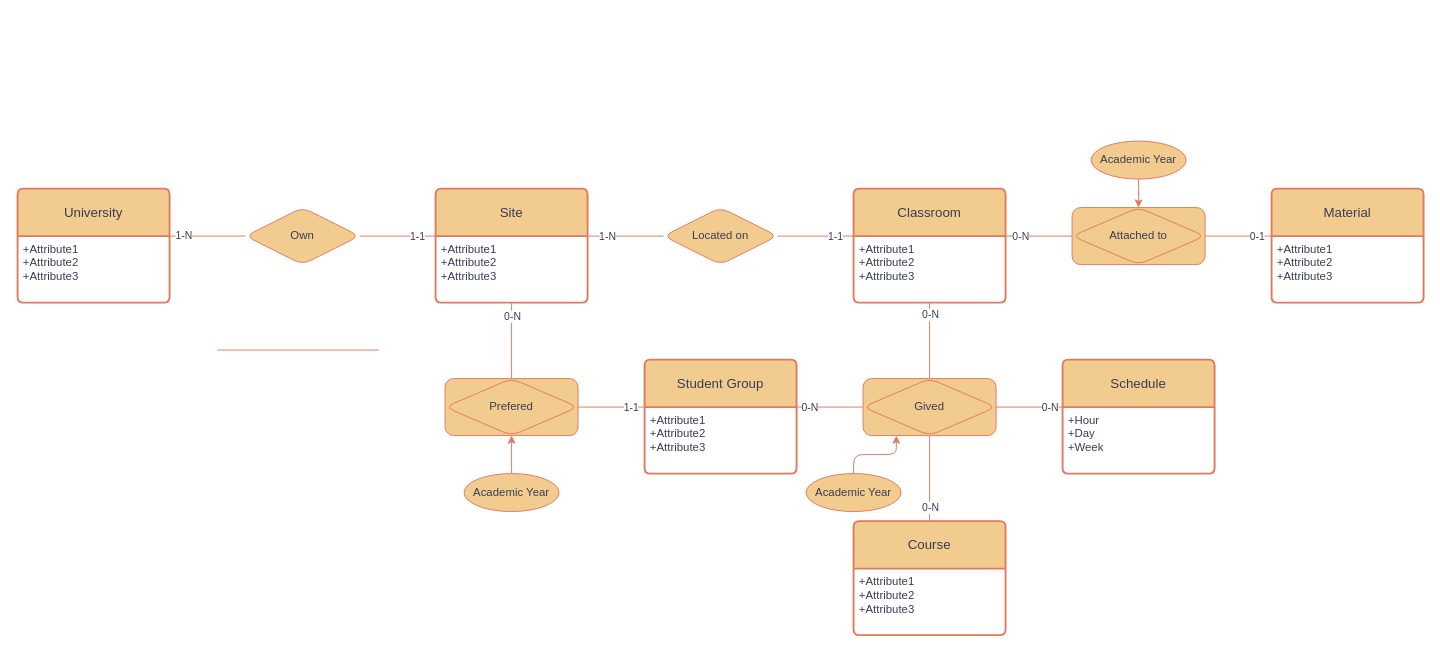
Before: EA_Diagram.drawio in fratjo/Calempus360, a draw.io diagram. Source tidied: cells renumbered, new cells numbered last; positions are measured from the earlier drawing's top-left corner, leaving out a move shared by most shapes. Both pictures are drawn from the tidied source at 95%, with x=0, y=0 at pixel (17, 141).
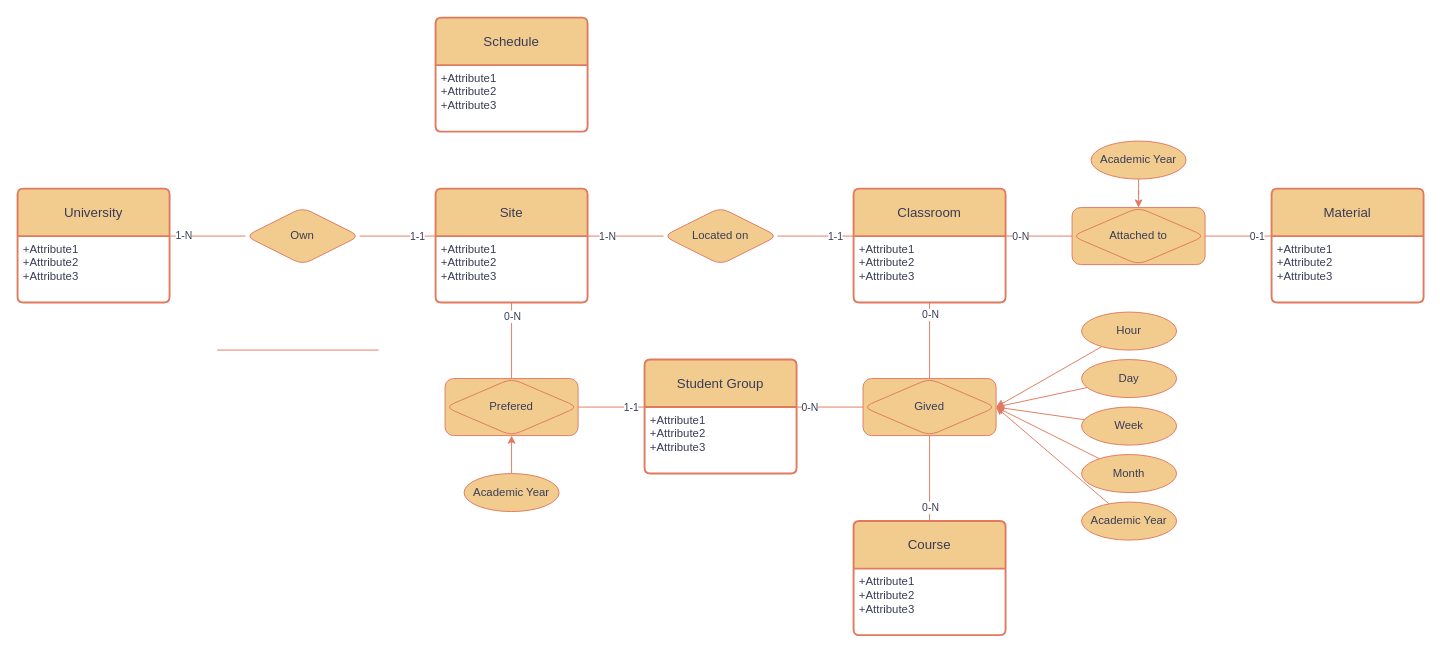
The same diagram, later.

Commit message:
Split Schedule for Course/Class/Group

The change refers to these unchanged cells:
```xml
<mxCell id="49" value="Gived" style="shape=associativeEntity;whiteSpace=wrap;html=1;align=center;rounded=1;strokeColor=#E07A5F;fontColor=#393C56;fillColor=#F2CC8F;" parent="1" vertex="1">
  <mxGeometry x="890" y="250" width="140" height="60" as="geometry" />
</mxCell>
```

What changed in the source:
```diff
@@
-    <mxCell id="21" style="endArrow=none;html=1;rounded=0;strokeColor=#E07A5F;fontColor=#393C56;fillColor=#F2CC8F;exitX=0;exitY=0;exitDx=0;exitDy=0;entryX=1;entryY=0.5;entryDx=0;entryDy=0;" parent="1" edge="1" source="32" target="49">
-      <mxGeometry relative="1" as="geometry" />
-    </mxCell>
-    <mxCell id="22" value="0-N" style="edgeLabel;html=1;align=center;verticalAlign=middle;fontColor=#393C56;" parent="21" vertex="1">
-      <mxGeometry x="-0.6" relative="1" as="geometry" />
-    </mxCell>
@@
     <mxCell id="31" value="Schedule" style="swimlane;horizontal=1;startSize=50;rounded=1;fontSize=14;fontStyle=0;strokeWidth=2;shadow=0;dashed=0;align=center;arcSize=4;whiteSpace=wrap;html=1;labelBackgroundColor=none;fillColor=#F2CC8F;strokeColor=#E07A5F;fontColor=#393C56;" parent="1" vertex="1">
-      <mxGeometry x="1100" y="230" width="160" height="120" as="geometry" />
+      <mxGeometry x="440" y="-130" width="160" height="120" as="geometry" />
     </mxCell>
-    <mxCell id="32" value="+Hour&lt;br&gt;+Day&lt;br&gt;+Week" style="align=left;strokeColor=none;fillColor=none;spacingLeft=4;fontSize=12;verticalAlign=top;html=1;labelBackgroundColor=none;fontColor=#393C56;rounded=1;" parent="31" vertex="1">
+    <mxCell id="32" value="+Attribute1&lt;br&gt;+Attribute2&lt;br&gt;+Attribute3" style="align=left;strokeColor=none;fillColor=none;spacingLeft=4;fontSize=12;verticalAlign=top;html=1;labelBackgroundColor=none;fontColor=#393C56;rounded=1;" parent="31" vertex="1">
       <mxGeometry y="50" width="160" height="70" as="geometry" />
     </mxCell>
@@
-    <mxCell id="50" style="edgeStyle=orthogonalEdgeStyle;rounded=1;jettySize=auto;html=1;strokeColor=#E07A5F;fontColor=#393C56;fillColor=#F2CC8F;entryX=0.25;entryY=1;entryDx=0;entryDy=0;" parent="1" edge="1" source="51" target="49">
+    <mxCell id="50" style="rounded=1;jettySize=auto;html=1;strokeColor=#E07A5F;fontColor=#393C56;fillColor=#F2CC8F;entryX=1;entryY=0.5;entryDx=0;entryDy=0;" parent="1" edge="1" source="51" target="49">
       <mxGeometry relative="1" as="geometry" />
     </mxCell>
-    <mxCell id="51" value="Academic Year" style="ellipse;whiteSpace=wrap;html=1;align=center;rounded=1;strokeColor=#E07A5F;fontColor=#393C56;fillColor=#F2CC8F;" parent="1" vertex="1">
-      <mxGeometry x="830" y="350" width="100" height="40" as="geometry" />
+    <mxCell id="51" value="Hour" style="ellipse;whiteSpace=wrap;html=1;align=center;rounded=1;strokeColor=#E07A5F;fontColor=#393C56;fillColor=#F2CC8F;" parent="1" vertex="1">
+      <mxGeometry x="1120" y="180" width="100" height="40" as="geometry" />
     </mxCell>
+    <mxCell id="52" style="rounded=1;jettySize=auto;html=1;strokeColor=#E07A5F;fontColor=#393C56;fillColor=#F2CC8F;entryX=1;entryY=0.5;entryDx=0;entryDy=0;" parent="1" edge="1" source="53" target="49">
+      <mxGeometry relative="1" as="geometry" />
+    </mxCell>
+    <mxCell id="53" value="Month" style="ellipse;whiteSpace=wrap;html=1;align=center;rounded=1;strokeColor=#E07A5F;fontColor=#393C56;fillColor=#F2CC8F;" parent="1" vertex="1">
+      <mxGeometry x="1120" y="330" width="100" height="40" as="geometry" />
+    </mxCell>
+    <mxCell id="54" style="rounded=1;jettySize=auto;html=1;strokeColor=#E07A5F;fontColor=#393C56;fillColor=#F2CC8F;entryX=1;entryY=0.5;entryDx=0;entryDy=0;" parent="1" edge="1" source="55" target="49">
+      <mxGeometry relative="1" as="geometry" />
+    </mxCell>
+    <mxCell id="55" value="Academic Year" style="ellipse;whiteSpace=wrap;html=1;align=center;rounded=1;strokeColor=#E07A5F;fontColor=#393C56;fillColor=#F2CC8F;" parent="1" vertex="1">
+      <mxGeometry x="1120" y="380" width="100" height="40" as="geometry" />
+    </mxCell>
+    <mxCell id="56" style="rounded=1;jettySize=auto;html=1;strokeColor=#E07A5F;fontColor=#393C56;fillColor=#F2CC8F;" parent="1" edge="1" source="57">
+      <mxGeometry relative="1" as="geometry">
+        <mxPoint x="1030" y="280" as="targetPoint" />
+      </mxGeometry>
+    </mxCell>
+    <mxCell id="57" value="Day" style="ellipse;whiteSpace=wrap;html=1;align=center;rounded=1;strokeColor=#E07A5F;fontColor=#393C56;fillColor=#F2CC8F;" parent="1" vertex="1">
+      <mxGeometry x="1120" y="230" width="100" height="40" as="geometry" />
+    </mxCell>
+    <mxCell id="58" style="rounded=1;jettySize=auto;html=1;strokeColor=#E07A5F;fontColor=#393C56;fillColor=#F2CC8F;entryX=1;entryY=0.5;entryDx=0;entryDy=0;" parent="1" edge="1" source="59" target="49">
+      <mxGeometry relative="1" as="geometry" />
+    </mxCell>
+    <mxCell id="59" value="Week" style="ellipse;whiteSpace=wrap;html=1;align=center;rounded=1;strokeColor=#E07A5F;fontColor=#393C56;fillColor=#F2CC8F;" parent="1" vertex="1">
+      <mxGeometry x="1120" y="280" width="100" height="40" as="geometry" />
+    </mxCell>
```
